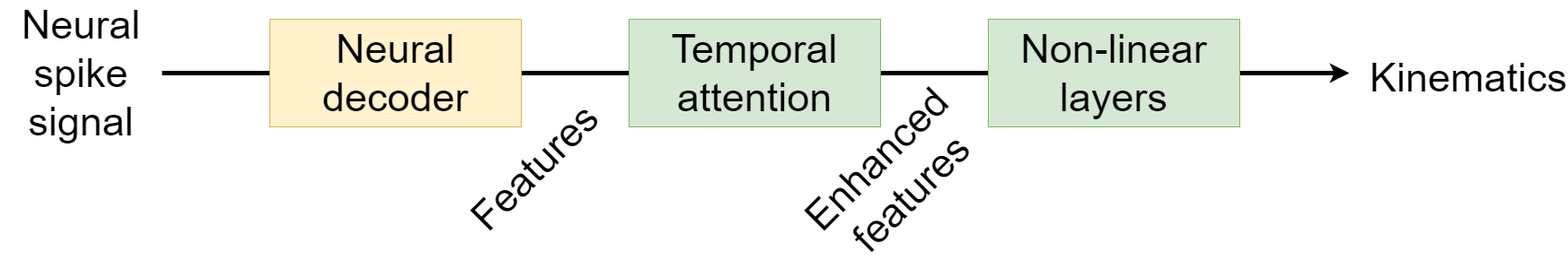
ElektrischesSchaf/Spike_Analysis keeps this draw.io diagram as Thesis_Wu/Figures/my_pipeline.png. Above is the earlier version. Source tidied: cells renumbered, new cells last; positions are measured from the earlier drawing's top-left corner, leaving out a move shared by most shapes.
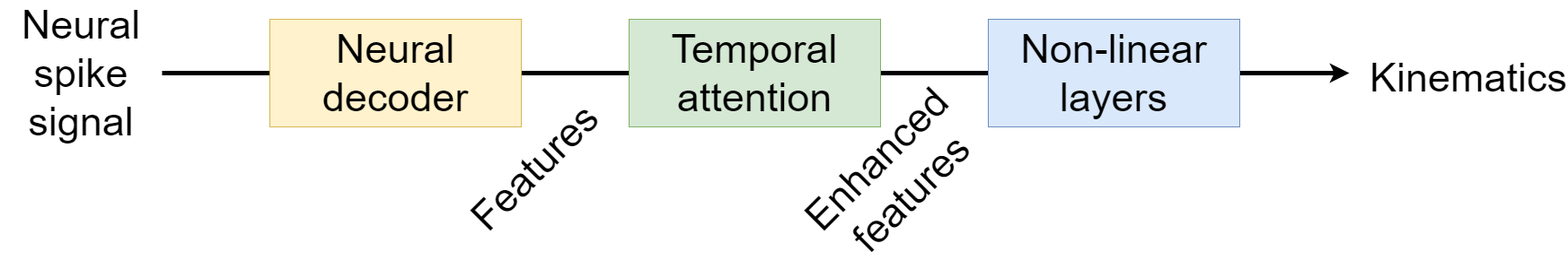
Later version of the same file.

Diff of the diagram source:
```diff
@@ -16,7 +16,7 @@
     <mxCell id="5" value="Temporal&lt;br&gt;attention" style="rounded=0;whiteSpace=wrap;html=1;fontSize=45;fillColor=#d5e8d4;strokeColor=#82b366;" parent="1" vertex="1">
       <mxGeometry x="700" width="280" height="120" as="geometry" />
     </mxCell>
-    <mxCell id="6" value="Non-linear&lt;br&gt;layers" style="rounded=0;whiteSpace=wrap;html=1;fontSize=45;fillColor=#d5e8d4;strokeColor=#82b366;" parent="1" vertex="1">
+    <mxCell id="6" value="Non-linear&lt;br&gt;layers" style="rounded=0;whiteSpace=wrap;html=1;fontSize=45;fillColor=#dae8fc;strokeColor=#6c8ebf;" parent="1" vertex="1">
       <mxGeometry x="1100" width="280" height="120" as="geometry" />
     </mxCell>
     <mxCell id="7" value="Features" style="text;html=1;strokeColor=none;fillColor=none;align=center;verticalAlign=middle;whiteSpace=wrap;rounded=0;fontSize=45;rotation=-45;" parent="1" vertex="1">
```
